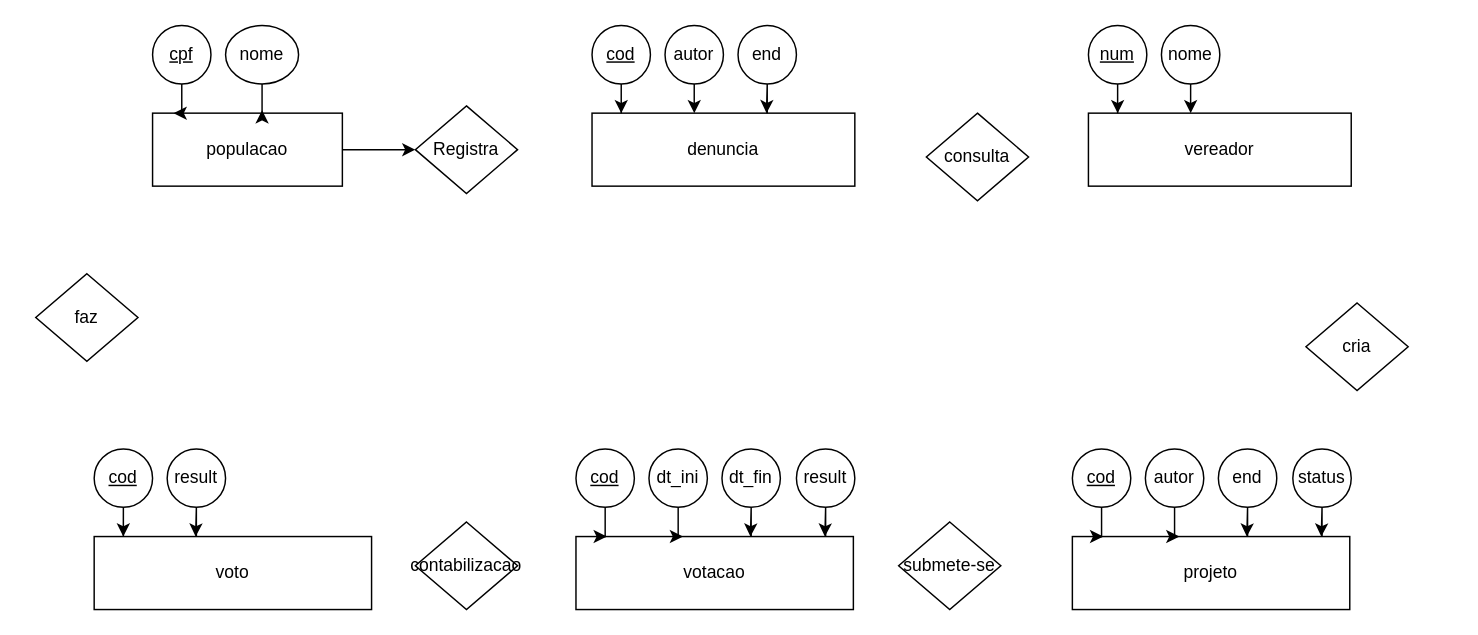
This is Untitled Diagram.drawio from emersonml/caradejumento, a draw.io file, before an edit. Source tidied: cells renumbered, new cells numbered last; positions are measured from the earlier drawing's top-left corner, leaving out a move shared by most shapes. Both pictures are drawn from the tidied source at 146%, with x=0, y=0 at pixel (35, 25).
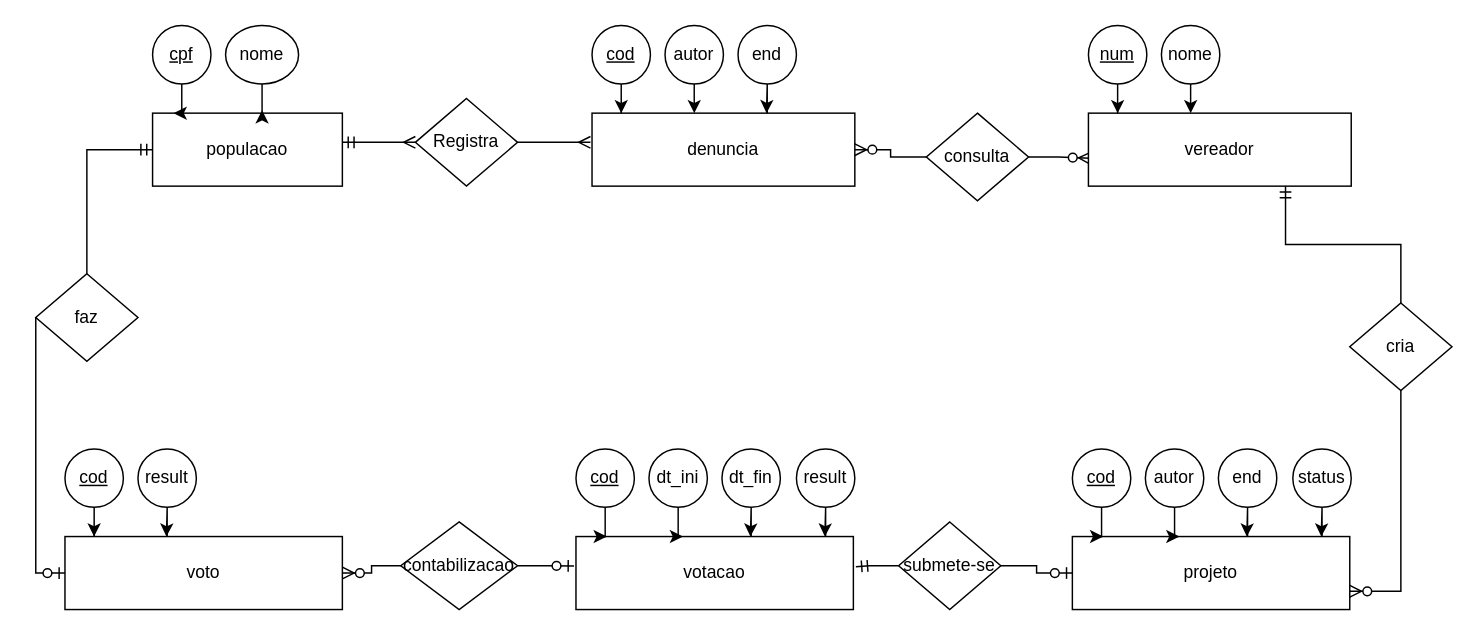
The same page after the edit.

Commit message:
councilman management Diagram.drawio

Unchanged cells that the change refers to:
```xml
<mxCell id="3" value="populacao" style="whiteSpace=wrap;html=1;align=center;" parent="1" vertex="1">
  <mxGeometry x="80" y="60" width="130" height="50" as="geometry" />
</mxCell>
<mxCell id="9" value="denuncia" style="whiteSpace=wrap;html=1;align=center;" parent="1" vertex="1">
  <mxGeometry x="381" y="60" width="180" height="50" as="geometry" />
</mxCell>
<mxCell id="16" value="consulta" style="shape=rhombus;perimeter=rhombusPerimeter;whiteSpace=wrap;html=1;align=center;" parent="1" vertex="1">
  <mxGeometry x="610" y="60" width="70" height="60" as="geometry" />
</mxCell>
<mxCell id="17" value="vereador" style="whiteSpace=wrap;html=1;align=center;" parent="1" vertex="1">
  <mxGeometry x="721" y="60" width="180" height="50" as="geometry" />
</mxCell>
<mxCell id="22" value="projeto" style="whiteSpace=wrap;html=1;align=center;" parent="1" vertex="1">
  <mxGeometry x="710" y="350" width="190" height="50" as="geometry" />
</mxCell>
<mxCell id="32" value="submete-se" style="shape=rhombus;perimeter=rhombusPerimeter;whiteSpace=wrap;html=1;align=center;" parent="1" vertex="1">
  <mxGeometry x="591" y="340" width="70" height="60" as="geometry" />
</mxCell>
<mxCell id="33" value="votacao" style="whiteSpace=wrap;html=1;align=center;" parent="1" vertex="1">
  <mxGeometry x="370" y="350" width="190" height="50" as="geometry" />
</mxCell>
<mxCell id="48" value="faz" style="shape=rhombus;perimeter=rhombusPerimeter;whiteSpace=wrap;html=1;align=center;" parent="1" vertex="1">
  <mxGeometry y="170" width="70" height="60" as="geometry" />
</mxCell>
```

What changed in the source:
```diff
@@
-    <mxCell id="2" style="edgeStyle=orthogonalEdgeStyle;rounded=0;jettySize=auto;html=1;exitX=1;exitY=0.5;exitDx=0;exitDy=0;entryX=0;entryY=0.5;entryDx=0;entryDy=0;" parent="1" edge="1" source="3" target="8">
-      <mxGeometry relative="1" as="geometry" />
-    </mxCell>
@@
+    <mxCell id="49" style="edgeStyle=orthogonalEdgeStyle;rounded=0;jettySize=auto;html=1;entryX=-0.006;entryY=0.4;entryDx=0;entryDy=0;entryPerimeter=0;endArrow=ERmany;endFill=0;" parent="1" edge="1" source="8" target="9">
+      <mxGeometry relative="1" as="geometry" />
+    </mxCell>
     <mxCell id="8" value="Registra" style="shape=rhombus;perimeter=rhombusPerimeter;whiteSpace=wrap;html=1;align=center;" parent="1" vertex="1">
-      <mxGeometry x="260" y="55" width="70" height="60" as="geometry" />
+      <mxGeometry x="260" y="50" width="70" height="60" as="geometry" />
     </mxCell>
@@
+    <mxCell id="50" style="edgeStyle=orthogonalEdgeStyle;rounded=0;jettySize=auto;html=1;exitX=0;exitY=0.5;exitDx=0;exitDy=0;endArrow=ERzeroToMany;endFill=1;" parent="1" edge="1" source="16" target="9">
+      <mxGeometry relative="1" as="geometry" />
+    </mxCell>
+    <mxCell id="51" style="edgeStyle=orthogonalEdgeStyle;rounded=0;jettySize=auto;html=1;entryX=0.007;entryY=0.618;entryDx=0;entryDy=0;entryPerimeter=0;endArrow=ERzeroToMany;endFill=1;" parent="1" edge="1" source="16" target="17">
+      <mxGeometry relative="1" as="geometry" />
+    </mxCell>
@@
+    <mxCell id="52" style="edgeStyle=orthogonalEdgeStyle;rounded=0;jettySize=auto;html=1;entryX=0.75;entryY=1;entryDx=0;entryDy=0;endArrow=ERmandOne;endFill=0;" parent="1" edge="1" source="31" target="17">
+      <mxGeometry relative="1" as="geometry" />
+    </mxCell>
+    <mxCell id="53" style="edgeStyle=orthogonalEdgeStyle;rounded=0;jettySize=auto;html=1;entryX=1;entryY=0.75;entryDx=0;entryDy=0;endArrow=ERzeroToMany;endFill=1;" parent="1" edge="1" source="31" target="22">
+      <mxGeometry relative="1" as="geometry" />
+    </mxCell>
     <mxCell id="31" value="cria" style="shape=rhombus;perimeter=rhombusPerimeter;whiteSpace=wrap;html=1;align=center;" parent="1" vertex="1">
-      <mxGeometry x="870" y="190" width="70" height="60" as="geometry" />
+      <mxGeometry x="900" y="190" width="70" height="60" as="geometry" />
     </mxCell>
+    <mxCell id="54" style="edgeStyle=orthogonalEdgeStyle;rounded=0;jettySize=auto;html=1;endArrow=ERzeroToOne;endFill=1;" parent="1" edge="1" source="32" target="22">
+      <mxGeometry relative="1" as="geometry" />
+    </mxCell>
+    <mxCell id="55" style="edgeStyle=orthogonalEdgeStyle;rounded=0;jettySize=auto;html=1;entryX=1.009;entryY=0.413;entryDx=0;entryDy=0;entryPerimeter=0;endArrow=ERmandOne;endFill=0;" parent="1" edge="1" source="32" target="33">
+      <mxGeometry relative="1" as="geometry" />
+    </mxCell>
@@
+    <mxCell id="56" style="edgeStyle=orthogonalEdgeStyle;rounded=0;jettySize=auto;html=1;entryX=-0.007;entryY=0.403;entryDx=0;entryDy=0;entryPerimeter=0;endArrow=ERzeroToOne;endFill=1;" parent="1" edge="1" source="42" target="33">
+      <mxGeometry relative="1" as="geometry" />
+    </mxCell>
+    <mxCell id="57" style="edgeStyle=orthogonalEdgeStyle;rounded=0;jettySize=auto;html=1;endArrow=ERzeroToMany;endFill=1;" parent="1" edge="1" source="42" target="43">
+      <mxGeometry relative="1" as="geometry" />
+    </mxCell>
     <mxCell id="42" value="contabilizacao" style="shape=rhombus;perimeter=rhombusPerimeter;whiteSpace=wrap;html=1;align=center;" parent="1" vertex="1">
-      <mxGeometry x="260" y="340" width="70" height="60" as="geometry" />
+      <mxGeometry x="250" y="340" width="80" height="60" as="geometry" />
     </mxCell>
     <mxCell id="43" value="voto" style="whiteSpace=wrap;html=1;align=center;" parent="1" vertex="1">
-      <mxGeometry x="40" y="350" width="190" height="50" as="geometry" />
+      <mxGeometry x="20" y="350" width="190" height="50" as="geometry" />
     </mxCell>
@@
     <mxCell id="45" value="cod" style="ellipse;whiteSpace=wrap;html=1;align=center;fontStyle=4;" parent="1" vertex="1">
-      <mxGeometry x="40" y="290" width="40" height="40" as="geometry" />
+      <mxGeometry x="20" y="290" width="40" height="40" as="geometry" />
     </mxCell>
     <mxCell id="46" style="edgeStyle=orthogonalEdgeStyle;rounded=0;jettySize=auto;html=1;entryX=0.386;entryY=0;entryDx=0;entryDy=0;entryPerimeter=0;" parent="1" edge="1" source="47">
       <mxGeometry relative="1" as="geometry">
-        <mxPoint x="109.5" y="350" as="targetPoint" />
+        <mxPoint x="89.5" y="350" as="targetPoint" />
       </mxGeometry>
     </mxCell>
     <mxCell id="47" value="result" style="ellipse;whiteSpace=wrap;html=1;align=center;" parent="1" vertex="1">
-      <mxGeometry x="90" y="290" width="40" height="40" as="geometry" />
+      <mxGeometry x="70" y="290" width="40" height="40" as="geometry" />
     </mxCell>
+    <mxCell id="58" style="edgeStyle=orthogonalEdgeStyle;rounded=0;jettySize=auto;html=1;entryX=0;entryY=0.5;entryDx=0;entryDy=0;endArrow=ERzeroToOne;endFill=1;" parent="1" edge="1" source="48" target="43">
+      <mxGeometry relative="1" as="geometry">
+        <Array as="points">
+          <mxPoint y="375" />
+        </Array>
+      </mxGeometry>
+    </mxCell>
+    <mxCell id="59" style="edgeStyle=orthogonalEdgeStyle;rounded=0;jettySize=auto;html=1;entryX=0;entryY=0.5;entryDx=0;entryDy=0;endArrow=ERmandOne;endFill=0;" parent="1" edge="1" source="48" target="3">
+      <mxGeometry relative="1" as="geometry">
+        <Array as="points">
+          <mxPoint x="35" y="85" />
+        </Array>
+      </mxGeometry>
+    </mxCell>
@@
+    <mxCell id="60" style="edgeStyle=entityRelationEdgeStyle;fontSize=12;html=1;endArrow=ERmany;startArrow=ERmandOne;endFill=0;" parent="1" edge="1" target="8">
+      <mxGeometry relative="1" as="geometry">
+        <mxPoint x="210" y="80" as="sourcePoint" />
+      </mxGeometry>
+    </mxCell>
```
